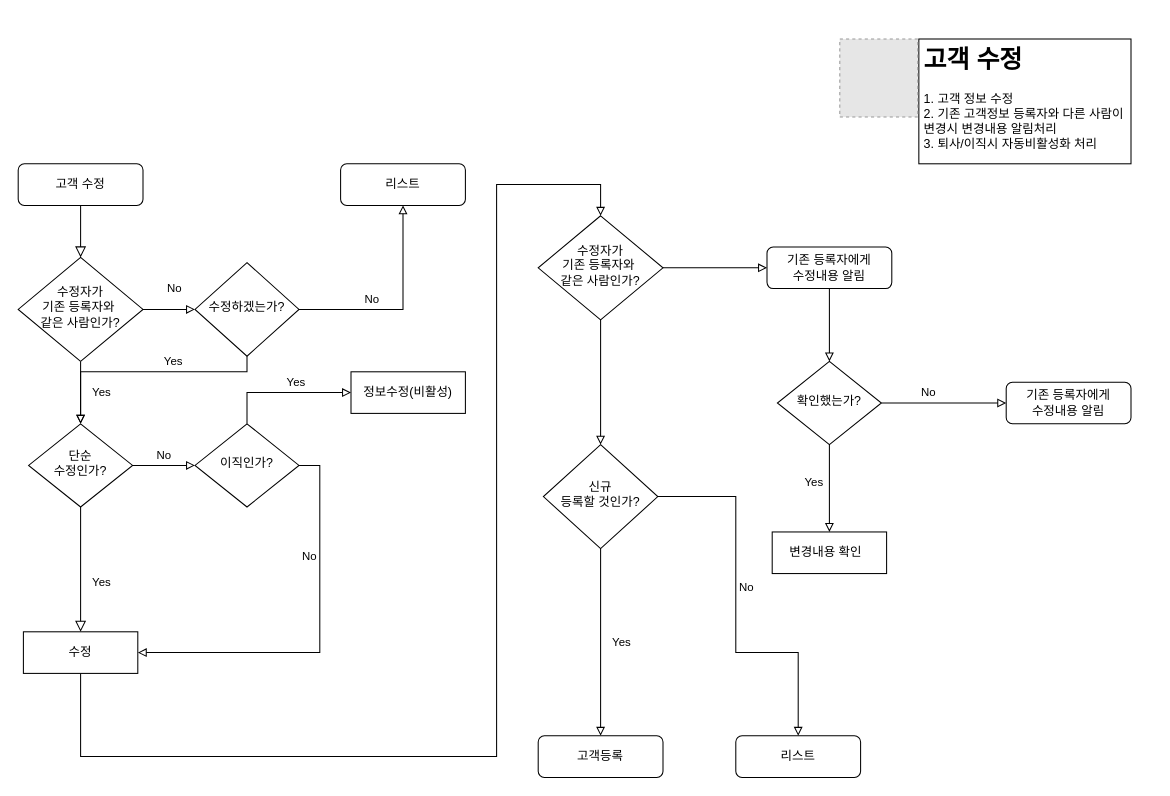
Before: page "고객수정" (2 of 5) of ws_crm.drawio in rex-j2w2/crm, a draw.io diagram. Source tidied: cells renumbered, new cells numbered last; positions are measured from the earlier drawing's top-left corner, leaving out a move shared by most shapes. Both pictures are drawn from the tidied source at 104%, with x=0, y=0 at pixel (18, 38). Pictures stored in the file or linked from it are replaced by grey dashed boxes.
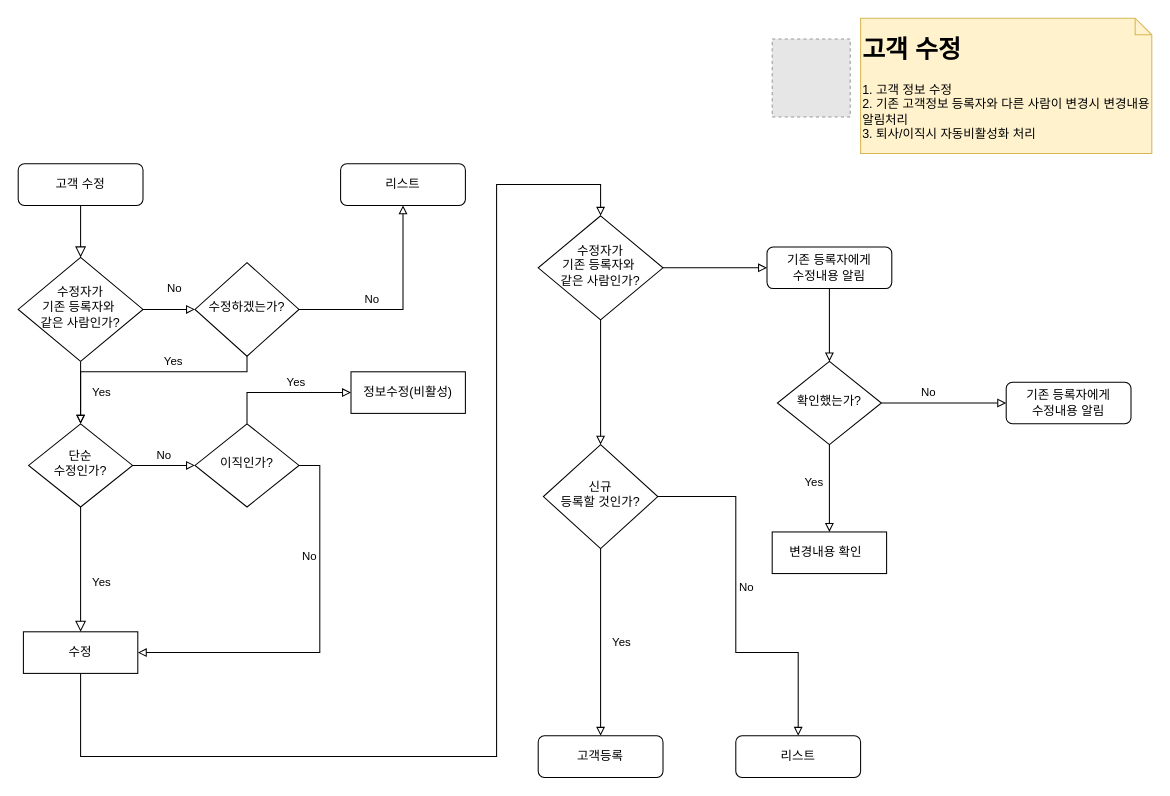
After the change.

Diff of the diagram source:
```diff
@@
-    <mxCell id="11" value="&lt;h1&gt;고객 수정&lt;/h1&gt;&lt;div&gt;1. 고객 정보 수정&lt;/div&gt;&lt;div&gt;2. 기존 고객정보 등록자와 다른 사람이 변경시 변경내용 알림처리&lt;/div&gt;&lt;div&gt;3. 퇴사/이직시 자동비활성화 처리&lt;/div&gt;" style="text;html=1;strokeColor=#000000;fillColor=none;spacing=5;spacingTop=-20;whiteSpace=wrap;overflow=hidden;rounded=0;fontFamily=KB금융 본문체;" parent="1" vertex="1">
-      <mxGeometry x="866" width="204" height="120" as="geometry" />
-    </mxCell>
@@
-    <mxCell id="36" style="fillColor=#E6E6E6;strokeColor=#999999;dashed=1;verticalLabelPosition=bottom;verticalAlign=top;fontFamily=KB금융 본문체;" parent="1" vertex="1">
-      <mxGeometry x="790" width="75" height="75" as="geometry" />
-    </mxCell>
+    <mxCell id="37" style="fillColor=#E6E6E6;strokeColor=#999999;dashed=1;verticalLabelPosition=bottom;verticalAlign=top;fontFamily=KB금융 본문체;" parent="1" vertex="1">
+      <mxGeometry x="725" width="75" height="75" as="geometry" />
+    </mxCell>
+    <mxCell id="11" value="&lt;h1 style=&quot;font-family: &amp;#34;kb금융 본문체&amp;#34;&quot;&gt;고객 수정&lt;/h1&gt;&lt;h1&gt;&lt;div style=&quot;font-family: &amp;#34;kb금융 본문체&amp;#34; ; font-size: 12px ; font-weight: 400&quot;&gt;1. 고객 정보 수정&lt;/div&gt;&lt;div style=&quot;font-family: &amp;#34;kb금융 본문체&amp;#34; ; font-size: 12px ; font-weight: 400&quot;&gt;2. 기존 고객정보 등록자와 다른 사람이 변경시 변경내용 알림처리&lt;/div&gt;&lt;div style=&quot;font-family: &amp;#34;kb금융 본문체&amp;#34; ; font-size: 12px ; font-weight: 400&quot;&gt;3. 퇴사/이직시 자동비활성화 처리&lt;/div&gt;&lt;/h1&gt;" style="shape=note;whiteSpace=wrap;html=1;size=16;verticalAlign=top;align=left;spacingTop=-6;fillColor=#fff2cc;strokeColor=#d6b656;" parent="1" vertex="1">
+      <mxGeometry x="810" y="-20" width="280" height="130" as="geometry" />
+    </mxCell>
```
